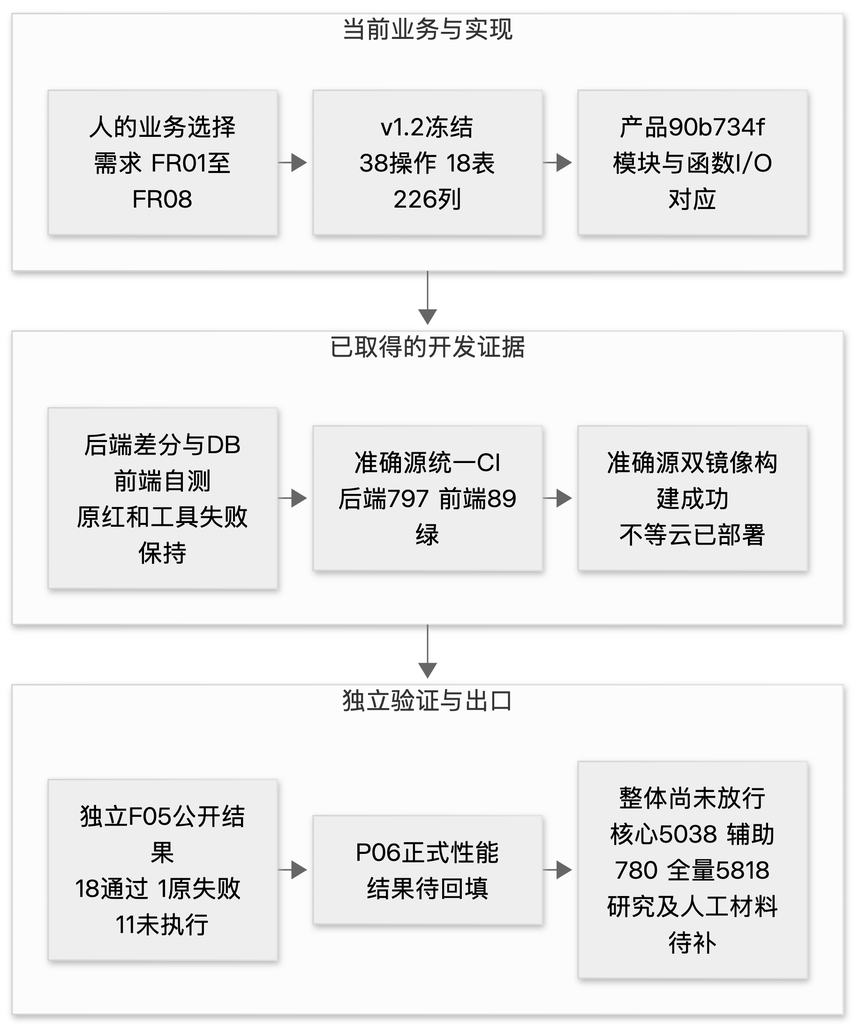
The Mermaid diagram docs/reports/diagrams/FINAL90b-quality-trace.png in HJY147/t44-dev-trace, before a commit. Its source is kept beside it as docs/reports/diagrams/FINAL90b-quality-trace.mmd. The source it was exported from:
```mermaid
flowchart TB
    subgraph A[当前业务与实现]
        direction LR
        R[人的业务选择<br/>需求 FR01至FR08] --> S[v1.2冻结<br/>38操作 18表226列] --> P[产品90b734f<br/>模块与函数I/O对应]
    end
    subgraph B[已取得的开发证据]
        direction LR
        L[后端差分与DB前端自测<br/>原红和工具失败保持] --> C[准确源统一CI<br/>后端797 前端89绿] --> I[准确源双镜像构建成功<br/>不等云已部署]
    end
    subgraph D[独立验证与出口]
        direction LR
        Q[独立F05公开结果<br/>18通过 1原失败 11未执行] --> F[P06正式性能<br/>结果待回填] --> X[整体尚未放行<br/>核心5038 辅助780 全量5818<br/>研究及人工材料待补]
    end
    A --> B --> D
```
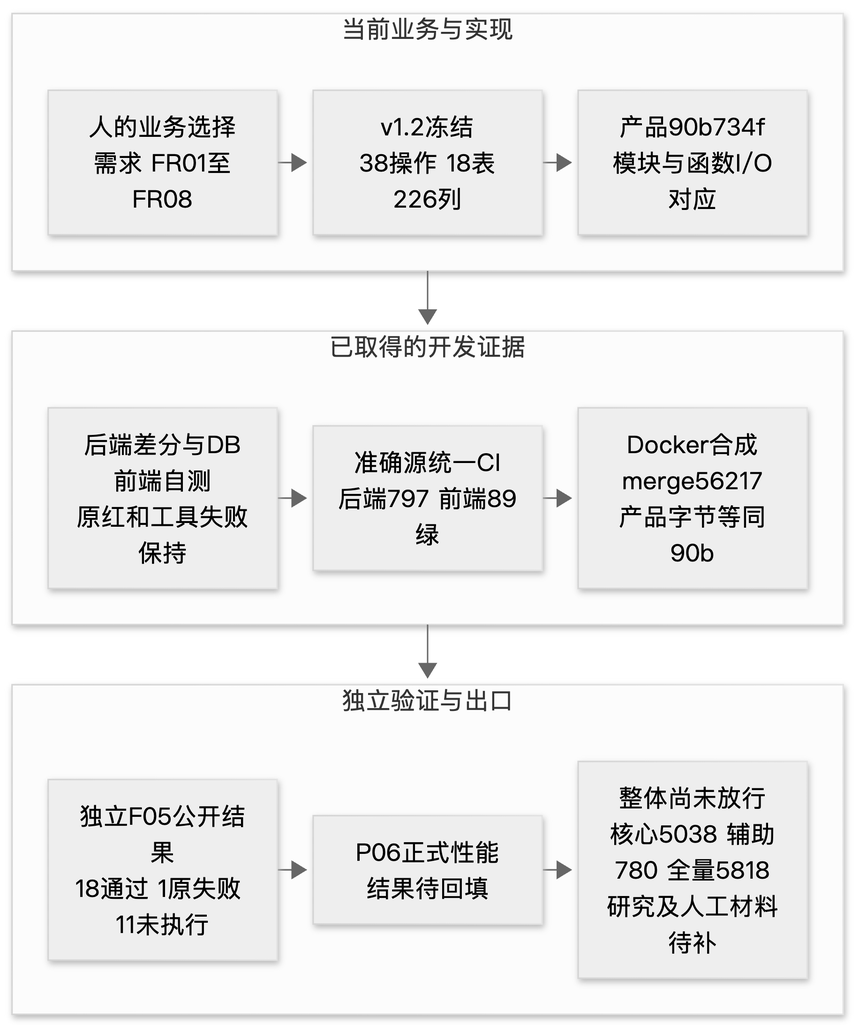
Above is the later version.

Commit message:
docs: bind refreshed quality figure to actual merge Docker evidence [skip ci]

The edit, as a diff of the source:
```diff
@@ -5,7 +5,7 @@
     end
     subgraph B[已取得的开发证据]
         direction LR
-        L[后端差分与DB前端自测<br/>原红和工具失败保持] --> C[准确源统一CI<br/>后端797 前端89绿] --> I[准确源双镜像构建成功<br/>不等云已部署]
+        L[后端差分与DB前端自测<br/>原红和工具失败保持] --> C[准确源统一CI<br/>后端797 前端89绿] --> I[Docker合成merge56217<br/>产品字节等同90b]
     end
     subgraph D[独立验证与出口]
         direction LR
```
